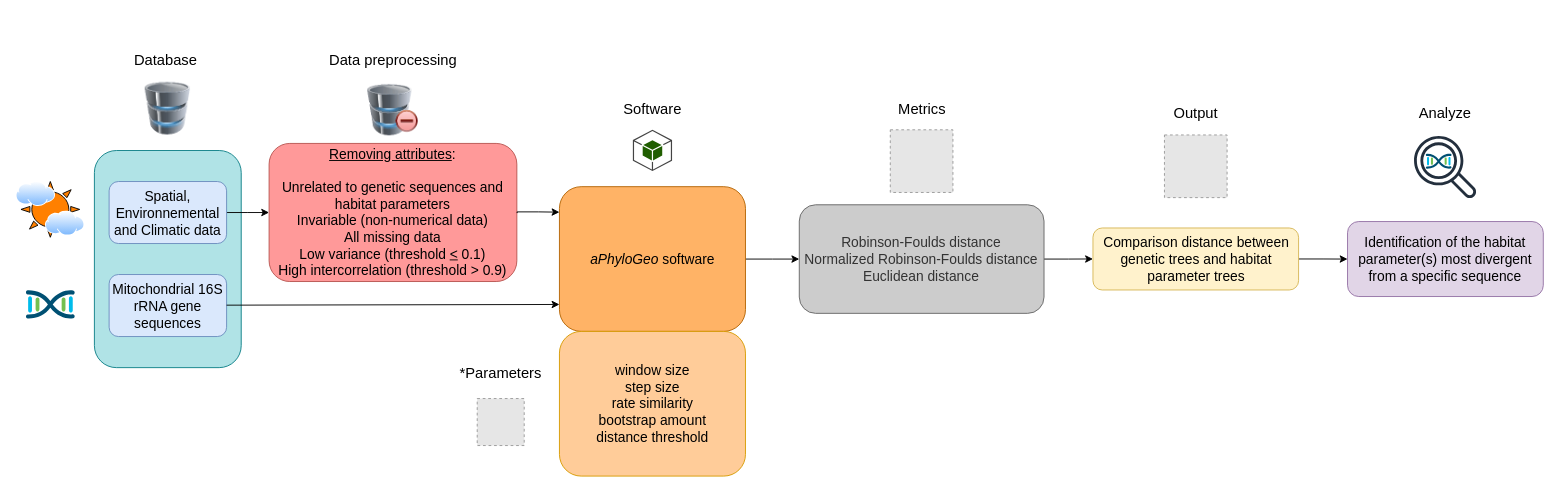
Before: papers/Gagnon_Kebe_Tahiri/diagram.drawio in scipy-conference/scipy_proceedings, a draw.io diagram. Source tidied: cells renumbered, new cells numbered last; positions are measured from the earlier drawing's top-left corner, leaving out a move shared by most shapes. Both pictures are drawn from the tidied source at 92%, with x=0, y=0 at pixel (16, 16). Pictures stored in the file or linked from it are replaced by grey dashed boxes.
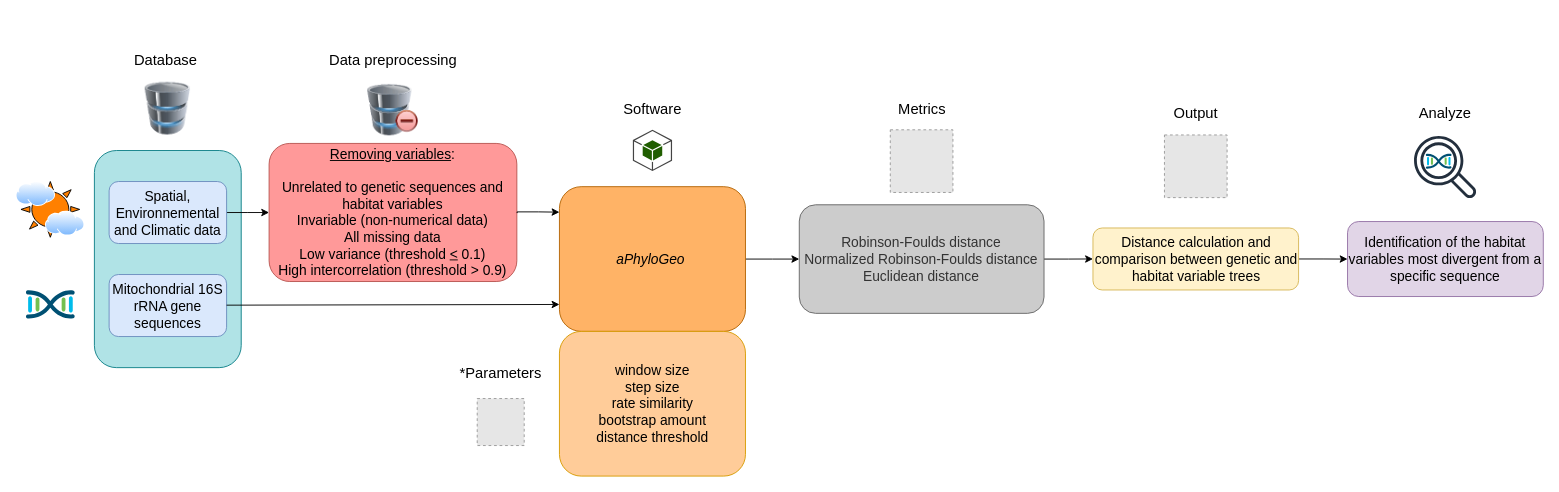
After the change.

Commit message:
Mettre à jour diagram.drawio

Unchanged cells that the change refers to:
```xml
<mxCell id="2" style="group;" parent="1" vertex="1">
  <mxGeometry width="1660" height="500" as="geometry" />
</mxCell>
```

Change to the diagram source:
```diff
@@
-    <mxCell id="7" value="&lt;div style=&quot;font-size: 15px;&quot;&gt;&lt;span style=&quot;background-color: initial;&quot;&gt;&lt;font style=&quot;font-size: 15px;&quot;&gt;&lt;u style=&quot;&quot;&gt;Removing attributes&lt;/u&gt;:&lt;/font&gt;&lt;/span&gt;&lt;/div&gt;&lt;div style=&quot;font-size: 15px;&quot;&gt;&lt;span style=&quot;background-color: initial;&quot;&gt;&lt;font style=&quot;font-size: 15px;&quot;&gt;&lt;br&gt;&lt;/font&gt;&lt;/span&gt;&lt;/div&gt;&lt;div style=&quot;&quot;&gt;&lt;font style=&quot;&quot;&gt;&lt;span style=&quot;background-color: initial;&quot;&gt;&lt;span style=&quot;font-size: 15px;&quot;&gt;Unrelated to genetic sequences and habitat parameters&lt;/span&gt;&lt;br&gt;&lt;/span&gt;&lt;/font&gt;&lt;/div&gt;&lt;div style=&quot;font-size: 15px;&quot;&gt;&lt;font style=&quot;font-size: 15px;&quot;&gt;&lt;span style=&quot;background-color: initial;&quot;&gt;Invariable (non-numerical data)&lt;/span&gt;&lt;br&gt;&lt;span style=&quot;background-color: initial;&quot;&gt;All missing data&lt;/span&gt;&lt;br&gt;&lt;span style=&quot;background-color: initial;&quot;&gt;Low variance (threshold&amp;nbsp;&lt;/span&gt;&lt;u style=&quot;background-color: initial;&quot;&gt;&amp;lt;&lt;/u&gt;&lt;span style=&quot;background-color: initial;&quot;&gt; 0.1)&lt;/span&gt;&lt;br&gt;&lt;/font&gt;&lt;/div&gt;&lt;div style=&quot;font-size: 15px;&quot;&gt;&lt;span style=&quot;background-color: initial;&quot;&gt;&lt;font style=&quot;font-size: 15px;&quot;&gt;&lt;font style=&quot;font-size: 15px;&quot;&gt;High intercorrelation (threshold &amp;gt; 0.9&lt;/font&gt;&lt;font style=&quot;font-size: 15px;&quot;&gt;)&lt;/font&gt;&lt;/font&gt;&lt;/span&gt;&lt;/div&gt;" style="rounded=1;whiteSpace=wrap;html=1;fillColor=#FF9999;strokeColor=#b85450;align=center;" parent="2" vertex="1">
+    <mxCell id="7" value="&lt;div style=&quot;font-size: 15px;&quot;&gt;&lt;span style=&quot;background-color: initial;&quot;&gt;&lt;font style=&quot;font-size: 15px;&quot;&gt;&lt;u style=&quot;&quot;&gt;Removing variables&lt;/u&gt;:&lt;/font&gt;&lt;/span&gt;&lt;/div&gt;&lt;div style=&quot;font-size: 15px;&quot;&gt;&lt;span style=&quot;background-color: initial;&quot;&gt;&lt;font style=&quot;font-size: 15px;&quot;&gt;&lt;br&gt;&lt;/font&gt;&lt;/span&gt;&lt;/div&gt;&lt;div style=&quot;&quot;&gt;&lt;font style=&quot;&quot;&gt;&lt;span style=&quot;background-color: initial;&quot;&gt;&lt;span style=&quot;font-size: 15px;&quot;&gt;Unrelated to genetic sequences and habitat variables&lt;/span&gt;&lt;br&gt;&lt;/span&gt;&lt;/font&gt;&lt;/div&gt;&lt;div style=&quot;font-size: 15px;&quot;&gt;&lt;font style=&quot;font-size: 15px;&quot;&gt;&lt;span style=&quot;background-color: initial;&quot;&gt;Invariable (non-numerical data)&lt;/span&gt;&lt;br&gt;&lt;span style=&quot;background-color: initial;&quot;&gt;All missing data&lt;/span&gt;&lt;br&gt;&lt;span style=&quot;background-color: initial;&quot;&gt;Low variance (threshold&amp;nbsp;&lt;/span&gt;&lt;u style=&quot;background-color: initial;&quot;&gt;&amp;lt;&lt;/u&gt;&lt;span style=&quot;background-color: initial;&quot;&gt; 0.1)&lt;/span&gt;&lt;br&gt;&lt;/font&gt;&lt;/div&gt;&lt;div style=&quot;font-size: 15px;&quot;&gt;&lt;span style=&quot;background-color: initial;&quot;&gt;&lt;font style=&quot;font-size: 15px;&quot;&gt;&lt;font style=&quot;font-size: 15px;&quot;&gt;High intercorrelation (threshold &amp;gt; 0.9&lt;/font&gt;&lt;font style=&quot;font-size: 15px;&quot;&gt;)&lt;/font&gt;&lt;/font&gt;&lt;/span&gt;&lt;/div&gt;" style="rounded=1;whiteSpace=wrap;html=1;fillColor=#FF9999;strokeColor=#b85450;align=center;" parent="2" vertex="1">
       <mxGeometry x="275" y="138.4" width="269.3" height="150.1" as="geometry" />
     </mxCell>
@@
-    <mxCell id="9" value="&lt;font style=&quot;font-size: 15px;&quot;&gt;&lt;i&gt;aPhyloGeo&lt;/i&gt; software&lt;/font&gt;" style="rounded=1;whiteSpace=wrap;html=1;fillColor=#FFB366;strokeColor=#b46504;" parent="2" vertex="1">
+    <mxCell id="9" value="&lt;font style=&quot;font-size: 15px;&quot;&gt;&lt;i&gt;aPhyloGeo&lt;/i&gt;&amp;nbsp;&lt;/font&gt;" style="rounded=1;whiteSpace=wrap;html=1;fillColor=#FFB366;strokeColor=#b46504;" parent="2" vertex="1">
       <mxGeometry x="590.6" y="185.4" width="202.2" height="157.3" as="geometry" />
     </mxCell>
@@
-    <mxCell id="13" value="&lt;font style=&quot;font-size: 15px;&quot;&gt;Comparison distance between genetic trees and habitat parameter trees&lt;/font&gt;" style="rounded=1;whiteSpace=wrap;html=1;fillColor=#fff2cc;strokeColor=#d6b656;" parent="2" vertex="1">
+    <mxCell id="13" value="&lt;font style=&quot;font-size: 15px;&quot;&gt;Distance calculation and comparison between genetic and habitat variable trees&lt;/font&gt;" style="rounded=1;whiteSpace=wrap;html=1;fillColor=#fff2cc;strokeColor=#d6b656;" parent="2" vertex="1">
       <mxGeometry x="1170.5" y="230.3" width="223.5" height="67.4" as="geometry" />
     </mxCell>
@@
-    <mxCell id="24" value="&lt;font style=&quot;font-size: 15px;&quot;&gt;Identification of the habitat parameter(s) most divergent from a specific sequence&lt;/font&gt;" style="rounded=1;whiteSpace=wrap;html=1;align=center;fillColor=#e1d5e7;strokeColor=#9673a6;" parent="2" vertex="1">
+    <mxCell id="24" value="&lt;font style=&quot;font-size: 15px;&quot;&gt;Identification of the habitat variables most divergent from a specific sequence&lt;/font&gt;" style="rounded=1;whiteSpace=wrap;html=1;align=center;fillColor=#e1d5e7;strokeColor=#9673a6;" parent="2" vertex="1">
       <mxGeometry x="1447.2" y="223.3" width="212.8" height="81.5" as="geometry" />
     </mxCell>
```
